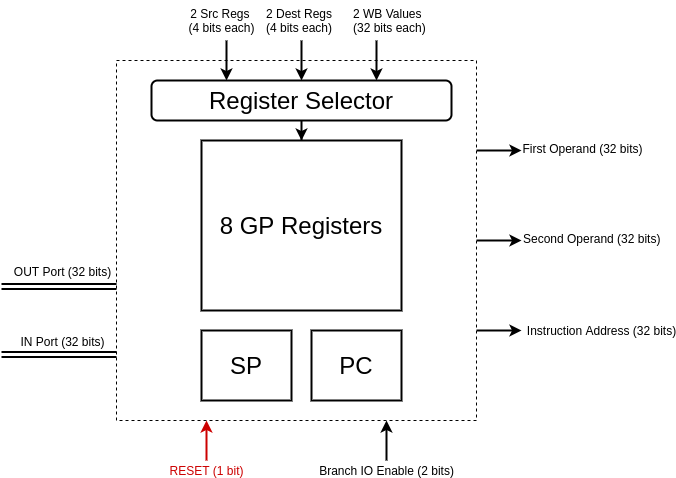
Earlier version of the draw.io export docs/reg_file.png (mido3ds/pipeline-risc-cpu). Source tidied: cells renumbered, new cells last; positions are measured from the earlier drawing's top-left corner, leaving out a move shared by most shapes. Its diagram source:
```xml
<mxGraphModel>
  <root>
    <mxCell id="0" />
    <mxCell id="1" parent="0" />
    <mxCell id="2" style="edgeStyle=orthogonalEdgeStyle;rounded=0;jettySize=auto;html=1;exitX=1;exitY=0.25;exitDx=0;exitDy=0;strokeWidth=2;" parent="1" edge="1" source="6">
      <mxGeometry relative="1" as="geometry">
        <mxPoint x="520" y="150" as="targetPoint" />
      </mxGeometry>
    </mxCell>
    <mxCell id="3" value="First Operand (32 bits)" style="text;html=1;align=center;verticalAlign=middle;labelBackgroundColor=#ffffff;" parent="2" vertex="1">
      <mxGeometry x="0.73" y="3" relative="1" as="geometry">
        <mxPoint x="66" as="offset" />
      </mxGeometry>
    </mxCell>
    <mxCell id="4" style="edgeStyle=orthogonalEdgeStyle;rounded=0;jettySize=auto;html=1;exitX=1;exitY=0.5;exitDx=0;exitDy=0;strokeWidth=2;" parent="1" edge="1" source="6">
      <mxGeometry relative="1" as="geometry">
        <mxPoint x="520" y="240" as="targetPoint" />
      </mxGeometry>
    </mxCell>
    <mxCell id="5" value="&lt;font style=&quot;font-size: 12px&quot;&gt;Instruction Address (32 bits)&lt;/font&gt;" style="edgeStyle=orthogonalEdgeStyle;rounded=0;jettySize=auto;html=1;exitX=1;exitY=0.75;exitDx=0;exitDy=0;strokeWidth=2;" parent="1" edge="1" source="6">
      <mxGeometry x="1" y="80" relative="1" as="geometry">
        <mxPoint x="520" y="330" as="targetPoint" />
        <mxPoint x="80" y="80" as="offset" />
      </mxGeometry>
    </mxCell>
    <mxCell id="6" style="whiteSpace=wrap;html=1;dashed=1;strokeWidth=1;" parent="1" vertex="1">
      <mxGeometry x="115" y="60" width="360" height="360" as="geometry" />
    </mxCell>
    <mxCell id="7" style="edgeStyle=orthogonalEdgeStyle;rounded=0;jettySize=auto;html=1;exitX=0.5;exitY=1;exitDx=0;exitDy=0;strokeWidth=2;" parent="1" edge="1" source="8" target="9">
      <mxGeometry relative="1" as="geometry" />
    </mxCell>
    <mxCell id="8" value="&lt;font style=&quot;font-size: 24px&quot;&gt;Register Selector&lt;/font&gt;" style="rounded=1;whiteSpace=wrap;html=1;strokeWidth=2;" parent="1" vertex="1">
      <mxGeometry x="150" y="80" width="300" height="40" as="geometry" />
    </mxCell>
    <mxCell id="9" value="&lt;font style=&quot;font-size: 24px&quot;&gt;8 GP Registers&lt;/font&gt;" style="rounded=0;whiteSpace=wrap;html=1;strokeWidth=2;" parent="1" vertex="1">
      <mxGeometry x="200" y="140" width="200" height="170" as="geometry" />
    </mxCell>
    <mxCell id="10" value="&lt;font style=&quot;font-size: 24px&quot;&gt;SP&lt;/font&gt;" style="rounded=0;whiteSpace=wrap;html=1;strokeWidth=2;" parent="1" vertex="1">
      <mxGeometry x="200" y="330" width="90" height="70" as="geometry" />
    </mxCell>
    <mxCell id="11" value="&lt;font style=&quot;font-size: 24px&quot;&gt;PC&lt;/font&gt;" style="rounded=0;whiteSpace=wrap;html=1;strokeWidth=2;" parent="1" vertex="1">
      <mxGeometry x="310" y="330" width="90" height="70" as="geometry" />
    </mxCell>
    <mxCell id="12" style="shape=link;html=1;entryX=0;entryY=0.75;entryDx=0;entryDy=0;strokeWidth=2;" parent="1" edge="1">
      <mxGeometry relative="1" as="geometry">
        <mxPoint y="354" as="sourcePoint" />
        <mxPoint x="115" y="354" as="targetPoint" />
      </mxGeometry>
    </mxCell>
    <mxCell id="13" value="IN Port (32 bits)" style="text;html=1;align=center;verticalAlign=middle;labelBackgroundColor=#ffffff;" parent="12" vertex="1">
      <mxGeometry x="-0.18" y="-4" relative="1" as="geometry">
        <mxPoint x="13" y="-18" as="offset" />
      </mxGeometry>
    </mxCell>
    <mxCell id="14" style="shape=link;html=1;entryX=0;entryY=0.75;entryDx=0;entryDy=0;strokeWidth=2;" parent="1" edge="1">
      <mxGeometry relative="1" as="geometry">
        <mxPoint y="286" as="sourcePoint" />
        <mxPoint x="115" y="286" as="targetPoint" />
      </mxGeometry>
    </mxCell>
    <mxCell id="15" value="OUT Port (32 bits)" style="text;html=1;align=center;verticalAlign=middle;labelBackgroundColor=#ffffff;" parent="14" vertex="1">
      <mxGeometry x="0.18" y="6" relative="1" as="geometry">
        <mxPoint x="-8" y="-10" as="offset" />
      </mxGeometry>
    </mxCell>
    <mxCell id="16" style="endArrow=classic;html=1;strokeWidth=2;entryX=0.75;entryY=0;entryDx=0;entryDy=0;" parent="1" edge="1" target="8">
      <mxGeometry relative="1" as="geometry">
        <mxPoint x="375" y="40" as="sourcePoint" />
      </mxGeometry>
    </mxCell>
    <mxCell id="17" value="&lt;font style=&quot;font-size: 12px&quot;&gt;2 Src Regs &lt;br&gt;(4 bits each)&lt;/font&gt;" style="endArrow=classic;html=1;strokeWidth=2;entryX=0.25;entryY=0;entryDx=0;entryDy=0;" parent="1" edge="1" target="8">
      <mxGeometry x="-1" y="-21" relative="1" as="geometry">
        <mxPoint x="225" y="40" as="sourcePoint" />
        <mxPoint x="16" y="-20" as="offset" />
      </mxGeometry>
    </mxCell>
    <mxCell id="18" style="endArrow=classic;html=1;strokeWidth=2;entryX=0.5;entryY=0;entryDx=0;entryDy=0;" parent="1" edge="1" target="8">
      <mxGeometry relative="1" as="geometry">
        <mxPoint x="300" y="40" as="sourcePoint" />
      </mxGeometry>
    </mxCell>
    <mxCell id="19" value="&lt;font color=&quot;#cc0000&quot; style=&quot;font-size: 12px&quot;&gt;RESET (1 bit)&lt;/font&gt;" style="endArrow=classic;html=1;strokeWidth=2;entryX=0.25;entryY=1;entryDx=0;entryDy=0;strokeColor=#CC0000;" parent="1" edge="1" target="6">
      <mxGeometry x="-1" y="-10" relative="1" as="geometry">
        <mxPoint x="205" y="460" as="sourcePoint" />
        <mxPoint x="-10" y="10" as="offset" />
      </mxGeometry>
    </mxCell>
    <mxCell id="20" value="&lt;font style=&quot;font-size: 12px&quot;&gt;Branch IO Enable (2 bits)&lt;/font&gt;" style="endArrow=classic;html=1;strokeWidth=2;entryX=0.75;entryY=1;entryDx=0;entryDy=0;" parent="1" edge="1" target="6">
      <mxGeometry x="-1" y="-10" relative="1" as="geometry">
        <mxPoint x="385" y="460" as="sourcePoint" />
        <mxPoint x="-10" y="10" as="offset" />
      </mxGeometry>
    </mxCell>
    <mxCell id="21" value="Second Operand (32 bits)" style="text;html=1;" parent="1" vertex="1">
      <mxGeometry x="520" y="225" width="150" height="30" as="geometry" />
    </mxCell>
    <mxCell id="22" value="2 Dest Regs&amp;nbsp;&lt;br&gt;(4 bits each)" style="text;html=1;" parent="1" vertex="1">
      <mxGeometry x="262.5" width="75" height="30" as="geometry" />
    </mxCell>
    <mxCell id="23" value="2 WB Values&lt;br&gt;(32 bits each)" style="text;html=1;" parent="1" vertex="1">
      <mxGeometry x="350" width="75" height="30" as="geometry" />
    </mxCell>
  </root>
</mxGraphModel>
```
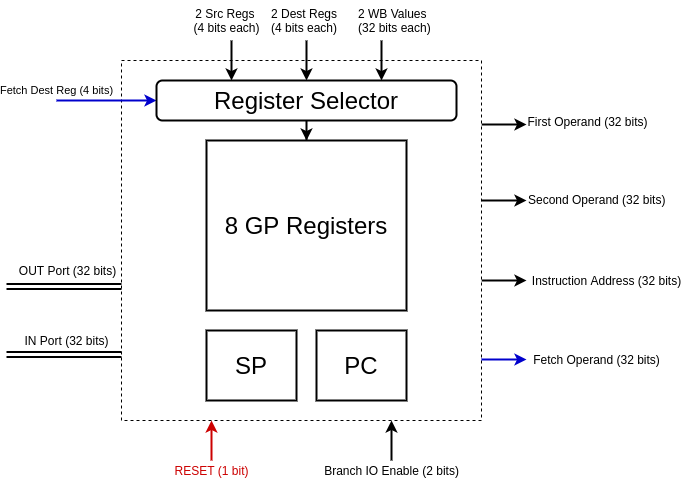
The same diagram one commit later.

Commit message:
added register file fetch signals to diagram

Diff of the diagram source:
```diff
@@ -2,9 +2,10 @@
   <root>
     <mxCell id="0" />
     <mxCell id="1" parent="0" />
-    <mxCell id="2" style="edgeStyle=orthogonalEdgeStyle;rounded=0;jettySize=auto;html=1;exitX=1;exitY=0.25;exitDx=0;exitDy=0;strokeWidth=2;" parent="1" edge="1" source="6">
+    <mxCell id="2" style="edgeStyle=orthogonalEdgeStyle;rounded=0;orthogonalLoop=1;jettySize=auto;html=1;exitX=1;exitY=0.25;exitDx=0;exitDy=0;strokeWidth=2;" parent="1" edge="1">
       <mxGeometry relative="1" as="geometry">
-        <mxPoint x="520" y="150" as="targetPoint" />
+        <mxPoint x="475" y="124" as="sourcePoint" />
+        <mxPoint x="520" y="124" as="targetPoint" />
       </mxGeometry>
     </mxCell>
     <mxCell id="3" value="First Operand (32 bits)" style="text;html=1;align=center;verticalAlign=middle;labelBackgroundColor=#ffffff;" parent="2" vertex="1">
@@ -12,14 +13,16 @@
         <mxPoint x="66" as="offset" />
       </mxGeometry>
     </mxCell>
-    <mxCell id="4" style="edgeStyle=orthogonalEdgeStyle;rounded=0;jettySize=auto;html=1;exitX=1;exitY=0.5;exitDx=0;exitDy=0;strokeWidth=2;" parent="1" edge="1" source="6">
+    <mxCell id="4" style="edgeStyle=orthogonalEdgeStyle;rounded=0;orthogonalLoop=1;jettySize=auto;html=1;exitX=1;exitY=0.5;exitDx=0;exitDy=0;strokeWidth=2;" parent="1" edge="1">
       <mxGeometry relative="1" as="geometry">
-        <mxPoint x="520" y="240" as="targetPoint" />
+        <mxPoint x="475" y="200" as="sourcePoint" />
+        <mxPoint x="520" y="200" as="targetPoint" />
       </mxGeometry>
     </mxCell>
-    <mxCell id="5" value="&lt;font style=&quot;font-size: 12px&quot;&gt;Instruction Address (32 bits)&lt;/font&gt;" style="edgeStyle=orthogonalEdgeStyle;rounded=0;jettySize=auto;html=1;exitX=1;exitY=0.75;exitDx=0;exitDy=0;strokeWidth=2;" parent="1" edge="1" source="6">
+    <mxCell id="5" value="&lt;font style=&quot;font-size: 12px&quot;&gt;Instruction Address (32 bits)&lt;/font&gt;" style="edgeStyle=orthogonalEdgeStyle;rounded=0;orthogonalLoop=1;jettySize=auto;html=1;exitX=1;exitY=0.75;exitDx=0;exitDy=0;strokeWidth=2;" parent="1" edge="1">
       <mxGeometry x="1" y="80" relative="1" as="geometry">
-        <mxPoint x="520" y="330" as="targetPoint" />
+        <mxPoint x="475" y="280" as="sourcePoint" />
+        <mxPoint x="520" y="280" as="targetPoint" />
         <mxPoint x="80" y="80" as="offset" />
       </mxGeometry>
     </mxCell>
@@ -29,6 +32,11 @@
     <mxCell id="7" style="edgeStyle=orthogonalEdgeStyle;rounded=0;jettySize=auto;html=1;exitX=0.5;exitY=1;exitDx=0;exitDy=0;strokeWidth=2;" parent="1" edge="1" source="8" target="9">
       <mxGeometry relative="1" as="geometry" />
     </mxCell>
+    <mxCell id="24" value="Fetch Dest Reg (4 bits)" style="edgeStyle=orthogonalEdgeStyle;rounded=0;jettySize=auto;html=1;exitX=0;exitY=0.5;exitDx=0;exitDy=0;strokeWidth=2;strokeColor=#0000CC;endArrow=none;endFill=0;startArrow=classic;startFill=1;labelBackgroundColor=none;" parent="1" edge="1" source="8">
+      <mxGeometry x="1" y="-10" relative="1" as="geometry">
+        <mxPoint x="50" y="100" as="targetPoint" />
+      </mxGeometry>
+    </mxCell>
     <mxCell id="8" value="&lt;font style=&quot;font-size: 24px&quot;&gt;Register Selector&lt;/font&gt;" style="rounded=1;whiteSpace=wrap;html=1;strokeWidth=2;" parent="1" vertex="1">
       <mxGeometry x="150" y="80" width="300" height="40" as="geometry" />
     </mxCell>
@@ -92,7 +100,7 @@
       </mxGeometry>
     </mxCell>
     <mxCell id="21" value="Second Operand (32 bits)" style="text;html=1;" parent="1" vertex="1">
-      <mxGeometry x="520" y="225" width="150" height="30" as="geometry" />
+      <mxGeometry x="520" y="186" width="150" height="30" as="geometry" />
     </mxCell>
     <mxCell id="22" value="2 Dest Regs&amp;nbsp;&lt;br&gt;(4 bits each)" style="text;html=1;" parent="1" vertex="1">
       <mxGeometry x="262.5" width="75" height="30" as="geometry" />
@@ -100,5 +108,12 @@
     <mxCell id="23" value="2 WB Values&lt;br&gt;(32 bits each)" style="text;html=1;" parent="1" vertex="1">
       <mxGeometry x="350" width="75" height="30" as="geometry" />
     </mxCell>
+    <mxCell id="25" value="&lt;font style=&quot;font-size: 12px&quot;&gt;Fetch Operand (32 bits)&lt;/font&gt;" style="edgeStyle=orthogonalEdgeStyle;rounded=0;orthogonalLoop=1;jettySize=auto;html=1;exitX=1;exitY=0.75;exitDx=0;exitDy=0;strokeWidth=2;strokeColor=#0000CC;" parent="1" edge="1">
+      <mxGeometry x="1" y="70" relative="1" as="geometry">
+        <mxPoint x="475" y="359" as="sourcePoint" />
+        <mxPoint x="520" y="359" as="targetPoint" />
+        <mxPoint x="70" y="70" as="offset" />
+      </mxGeometry>
+    </mxCell>
   </root>
 </mxGraphModel>
```
